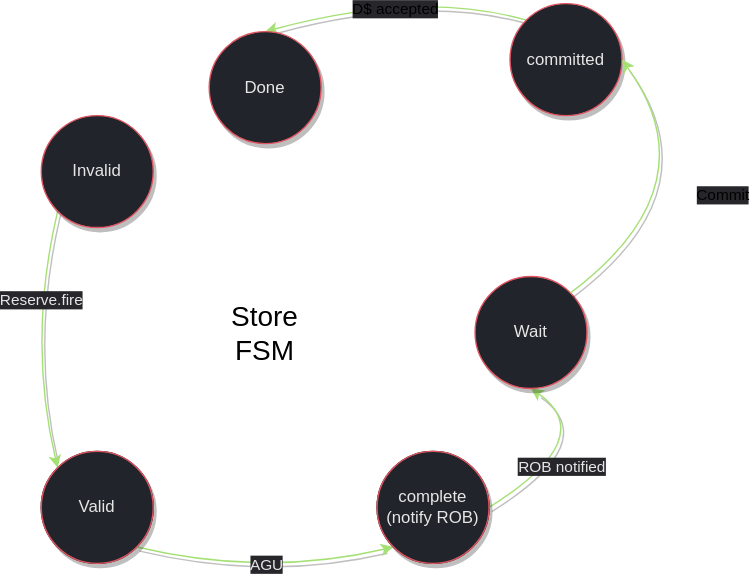
HakamAtassi/ChaosCore keeps this draw.io diagram as docs/Core Architecture/img/load_FSM.drawio.svg. Above is the earlier version. Source tidied: cells renumbered, new cells last; positions are measured from the earlier drawing's top-left corner, leaving out a move shared by most shapes. The source it was exported from:
```xml
<mxGraphModel>
  <root>
    <mxCell id="0" />
    <mxCell id="1" parent="0" />
    <mxCell id="2" value="Valid" style="ellipse;whiteSpace=wrap;html=1;" parent="1" vertex="1">
      <mxGeometry x="10" y="330" width="80" height="80" as="geometry" />
    </mxCell>
    <mxCell id="3" style="endArrow=classic;html=1;exitX=0;exitY=1;exitDx=0;exitDy=0;entryX=0;entryY=0;entryDx=0;entryDy=0;strokeColor=#A5E075;curved=1;shadow=1;" parent="1" edge="1" target="14">
      <mxGeometry relative="1" as="geometry">
        <mxPoint x="21.7" y="158.3" as="sourcePoint" />
        <Array as="points">
          <mxPoint y="250" />
        </Array>
      </mxGeometry>
    </mxCell>
    <mxCell id="4" value="&lt;font color=&quot;#e6e6e6&quot;&gt;Reserve.fire&lt;/font&gt;" style="edgeLabel;html=1;align=center;verticalAlign=middle;labelBackgroundColor=#27262B;" parent="3" vertex="1">
      <mxGeometry x="-0.31" y="-1" relative="1" as="geometry">
        <mxPoint x="4" as="offset" />
      </mxGeometry>
    </mxCell>
    <mxCell id="5" value="complete&lt;div&gt;(notify ROB)&lt;/div&gt;" style="ellipse;whiteSpace=wrap;html=1;" parent="1" vertex="1">
      <mxGeometry x="250" y="330" width="80" height="80" as="geometry" />
    </mxCell>
    <mxCell id="6" style="endArrow=classic;html=1;entryX=0;entryY=1;entryDx=0;entryDy=0;strokeColor=#A5E075;exitX=1;exitY=1;exitDx=0;exitDy=0;curved=1;shadow=1;" parent="1" edge="1" source="14" target="13">
      <mxGeometry relative="1" as="geometry">
        <Array as="points">
          <mxPoint x="170" y="420" />
        </Array>
      </mxGeometry>
    </mxCell>
    <mxCell id="7" value="&lt;font color=&quot;#e6e6e6&quot;&gt;AGU&lt;/font&gt;" style="edgeLabel;html=1;align=center;verticalAlign=middle;labelBackgroundColor=#27262B;" parent="6" vertex="1">
      <mxGeometry x="-0.31" y="-1" relative="1" as="geometry">
        <mxPoint x="29" y="-4" as="offset" />
      </mxGeometry>
    </mxCell>
    <mxCell id="8" style="endArrow=classic;html=1;exitX=0;exitY=0;exitDx=0;exitDy=0;entryX=0.5;entryY=0;entryDx=0;entryDy=0;strokeColor=#A5E075;curved=1;shadow=1;" parent="1" edge="1" source="16" target="20">
      <mxGeometry relative="1" as="geometry">
        <Array as="points">
          <mxPoint x="280" />
        </Array>
      </mxGeometry>
    </mxCell>
    <mxCell id="9" value="D$ accepted" style="edgeLabel;html=1;align=center;verticalAlign=middle;labelBackgroundColor=#27262B;" parent="8" vertex="1">
      <mxGeometry x="0.07" y="-1" relative="1" as="geometry">
        <mxPoint x="6" y="8" as="offset" />
      </mxGeometry>
    </mxCell>
    <mxCell id="10" style="endArrow=classic;html=1;exitX=1;exitY=0.5;exitDx=0;exitDy=0;entryX=0.5;entryY=1;entryDx=0;entryDy=0;strokeColor=#A5E075;curved=1;shadow=1;" parent="1" edge="1" source="13" target="17">
      <mxGeometry relative="1" as="geometry">
        <Array as="points">
          <mxPoint x="410" y="320" />
        </Array>
      </mxGeometry>
    </mxCell>
    <mxCell id="11" value="&lt;font color=&quot;#e6e6e6&quot;&gt;ROB notified&lt;/font&gt;" style="edgeLabel;html=1;align=center;verticalAlign=middle;labelBackgroundColor=#27262B;" parent="10" vertex="1">
      <mxGeometry x="0.03" y="-1" relative="1" as="geometry">
        <mxPoint x="-17" y="12" as="offset" />
      </mxGeometry>
    </mxCell>
    <mxCell id="12" value="&lt;font style=&quot;font-size: 20px;&quot;&gt;Store FSM&lt;/font&gt;" style="text;html=1;align=center;verticalAlign=middle;whiteSpace=wrap;rounded=0;" parent="1" vertex="1">
      <mxGeometry x="140" y="230" width="60" height="30" as="geometry" />
    </mxCell>
    <mxCell id="13" value="&lt;font color=&quot;#e6e6e6&quot;&gt;complete&lt;/font&gt;&lt;div&gt;&lt;font color=&quot;#e6e6e6&quot;&gt;(notify ROB)&lt;/font&gt;&lt;/div&gt;" style="ellipse;whiteSpace=wrap;html=1;fillColor=#21252B;strokeColor=#E05561;shadow=1;" parent="1" vertex="1">
      <mxGeometry x="250" y="330" width="80" height="80" as="geometry" />
    </mxCell>
    <mxCell id="14" value="&lt;font color=&quot;#e6e6e6&quot;&gt;Valid&lt;/font&gt;" style="ellipse;whiteSpace=wrap;html=1;fillColor=#21252B;strokeColor=#E05561;shadow=1;" parent="1" vertex="1">
      <mxGeometry x="10" y="330" width="80" height="80" as="geometry" />
    </mxCell>
    <mxCell id="15" value="&lt;font color=&quot;#e6e6e6&quot;&gt;Invalid&lt;/font&gt;" style="ellipse;whiteSpace=wrap;html=1;fillColor=#21252B;strokeColor=#E05561;shadow=1;" parent="1" vertex="1">
      <mxGeometry x="10" y="90" width="80" height="80" as="geometry" />
    </mxCell>
    <mxCell id="16" value="&lt;font color=&quot;#e6e6e6&quot;&gt;committed&lt;/font&gt;" style="ellipse;whiteSpace=wrap;html=1;fillColor=#21252B;strokeColor=#E05561;shadow=1;" parent="1" vertex="1">
      <mxGeometry x="345" y="10" width="80" height="80" as="geometry" />
    </mxCell>
    <mxCell id="17" value="&lt;font color=&quot;#e6e6e6&quot;&gt;Wait&lt;/font&gt;" style="ellipse;whiteSpace=wrap;html=1;fillColor=#21252B;strokeColor=#E05561;shadow=1;" parent="1" vertex="1">
      <mxGeometry x="320" y="205" width="80" height="80" as="geometry" />
    </mxCell>
    <mxCell id="18" style="endArrow=classic;html=1;exitX=1;exitY=0;exitDx=0;exitDy=0;entryX=1;entryY=0.5;entryDx=0;entryDy=0;strokeColor=#A5E075;curved=1;shadow=1;" parent="1" edge="1" source="17" target="16">
      <mxGeometry relative="1" as="geometry">
        <Array as="points">
          <mxPoint x="490" y="140" />
        </Array>
      </mxGeometry>
    </mxCell>
    <mxCell id="19" value="Commit" style="edgeLabel;html=1;align=center;verticalAlign=middle;labelBackgroundColor=#27262B;" parent="18" vertex="1">
      <mxGeometry x="0.07" y="-1" relative="1" as="geometry">
        <mxPoint x="6" y="8" as="offset" />
      </mxGeometry>
    </mxCell>
    <mxCell id="20" value="&lt;font color=&quot;#e6e6e6&quot;&gt;Done&lt;/font&gt;" style="ellipse;whiteSpace=wrap;html=1;fillColor=#21252B;strokeColor=#E05561;shadow=1;" parent="1" vertex="1">
      <mxGeometry x="130" y="30" width="80" height="80" as="geometry" />
    </mxCell>
  </root>
</mxGraphModel>
```
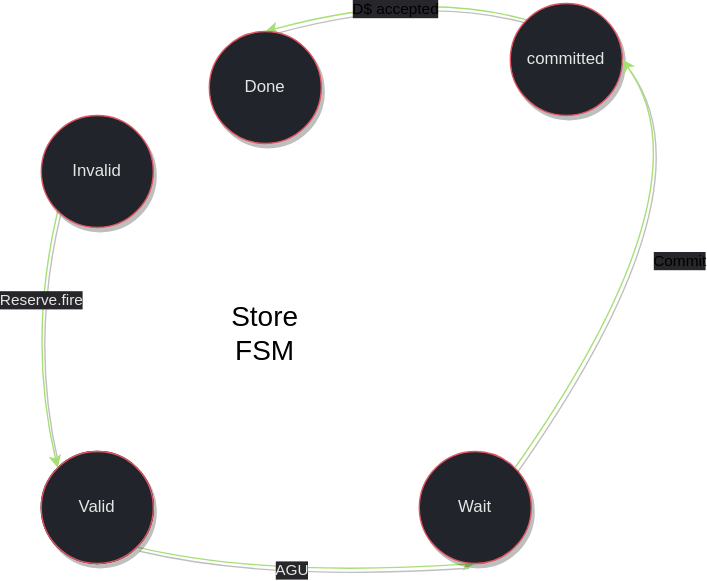
After the commit.

Change to the diagram source:
```diff
@@ -18,10 +18,7 @@
         <mxPoint x="4" as="offset" />
       </mxGeometry>
     </mxCell>
-    <mxCell id="5" value="complete&lt;div&gt;(notify ROB)&lt;/div&gt;" style="ellipse;whiteSpace=wrap;html=1;" parent="1" vertex="1">
-      <mxGeometry x="250" y="330" width="80" height="80" as="geometry" />
-    </mxCell>
-    <mxCell id="6" style="endArrow=classic;html=1;entryX=0;entryY=1;entryDx=0;entryDy=0;strokeColor=#A5E075;exitX=1;exitY=1;exitDx=0;exitDy=0;curved=1;shadow=1;" parent="1" edge="1" source="14" target="13">
+    <mxCell id="6" style="endArrow=classic;html=1;entryX=0.5;entryY=1;entryDx=0;entryDy=0;strokeColor=#A5E075;exitX=1;exitY=1;exitDx=0;exitDy=0;curved=1;shadow=1;" parent="1" edge="1" source="14" target="17">
       <mxGeometry relative="1" as="geometry">
         <Array as="points">
           <mxPoint x="170" y="420" />
@@ -45,24 +42,9 @@
         <mxPoint x="6" y="8" as="offset" />
       </mxGeometry>
     </mxCell>
-    <mxCell id="10" style="endArrow=classic;html=1;exitX=1;exitY=0.5;exitDx=0;exitDy=0;entryX=0.5;entryY=1;entryDx=0;entryDy=0;strokeColor=#A5E075;curved=1;shadow=1;" parent="1" edge="1" source="13" target="17">
-      <mxGeometry relative="1" as="geometry">
-        <Array as="points">
-          <mxPoint x="410" y="320" />
-        </Array>
-      </mxGeometry>
-    </mxCell>
-    <mxCell id="11" value="&lt;font color=&quot;#e6e6e6&quot;&gt;ROB notified&lt;/font&gt;" style="edgeLabel;html=1;align=center;verticalAlign=middle;labelBackgroundColor=#27262B;" parent="10" vertex="1">
-      <mxGeometry x="0.03" y="-1" relative="1" as="geometry">
-        <mxPoint x="-17" y="12" as="offset" />
-      </mxGeometry>
-    </mxCell>
     <mxCell id="12" value="&lt;font style=&quot;font-size: 20px;&quot;&gt;Store FSM&lt;/font&gt;" style="text;html=1;align=center;verticalAlign=middle;whiteSpace=wrap;rounded=0;" parent="1" vertex="1">
       <mxGeometry x="140" y="230" width="60" height="30" as="geometry" />
     </mxCell>
-    <mxCell id="13" value="&lt;font color=&quot;#e6e6e6&quot;&gt;complete&lt;/font&gt;&lt;div&gt;&lt;font color=&quot;#e6e6e6&quot;&gt;(notify ROB)&lt;/font&gt;&lt;/div&gt;" style="ellipse;whiteSpace=wrap;html=1;fillColor=#21252B;strokeColor=#E05561;shadow=1;" parent="1" vertex="1">
-      <mxGeometry x="250" y="330" width="80" height="80" as="geometry" />
-    </mxCell>
     <mxCell id="14" value="&lt;font color=&quot;#e6e6e6&quot;&gt;Valid&lt;/font&gt;" style="ellipse;whiteSpace=wrap;html=1;fillColor=#21252B;strokeColor=#E05561;shadow=1;" parent="1" vertex="1">
       <mxGeometry x="10" y="330" width="80" height="80" as="geometry" />
     </mxCell>
@@ -73,7 +55,7 @@
       <mxGeometry x="345" y="10" width="80" height="80" as="geometry" />
     </mxCell>
     <mxCell id="17" value="&lt;font color=&quot;#e6e6e6&quot;&gt;Wait&lt;/font&gt;" style="ellipse;whiteSpace=wrap;html=1;fillColor=#21252B;strokeColor=#E05561;shadow=1;" parent="1" vertex="1">
-      <mxGeometry x="320" y="205" width="80" height="80" as="geometry" />
+      <mxGeometry x="280" y="330" width="80" height="80" as="geometry" />
     </mxCell>
     <mxCell id="18" style="endArrow=classic;html=1;exitX=1;exitY=0;exitDx=0;exitDy=0;entryX=1;entryY=0.5;entryDx=0;entryDy=0;strokeColor=#A5E075;curved=1;shadow=1;" parent="1" edge="1" source="17" target="16">
       <mxGeometry relative="1" as="geometry">
```
